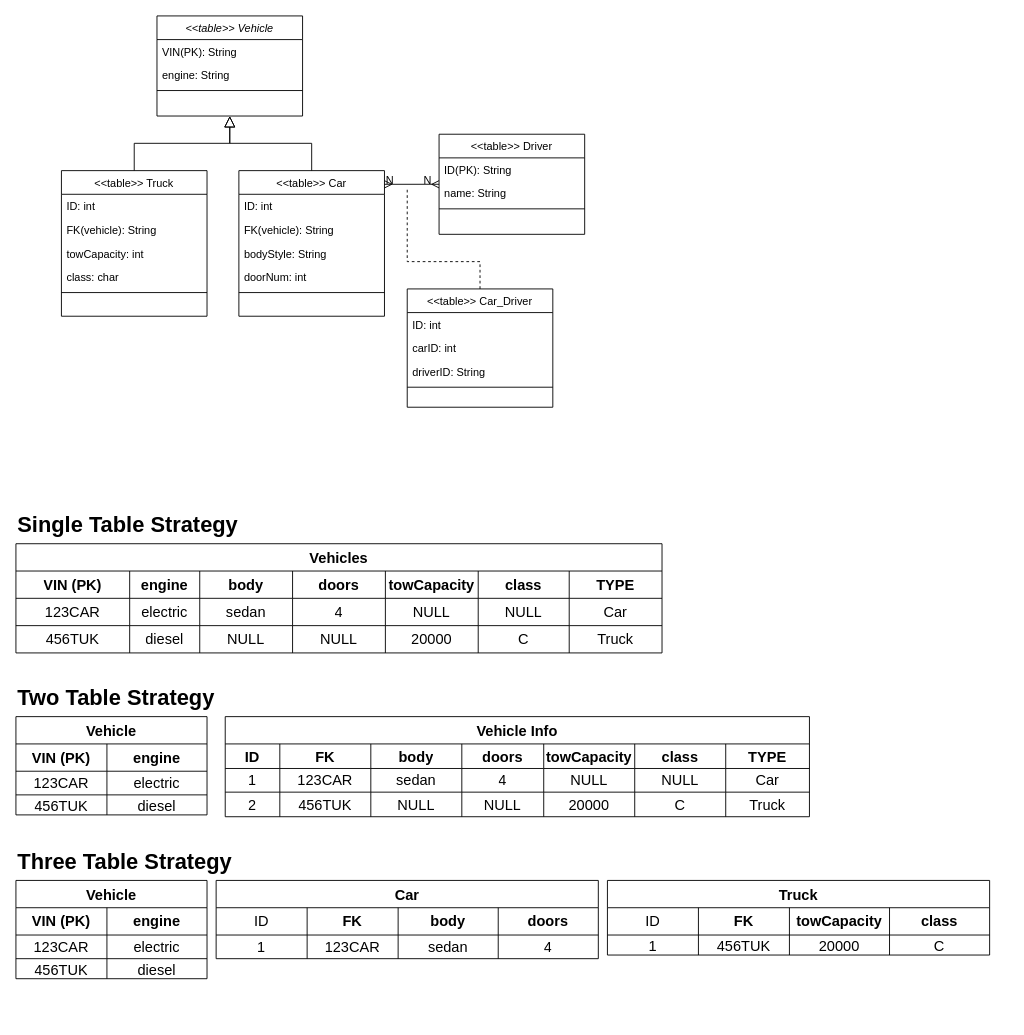
Before: Portfolio1.drawio in micahsellis/UMLs, a draw.io diagram. Source tidied: cells renumbered, new cells numbered last; positions are measured from the earlier drawing's top-left corner, leaving out a move shared by most shapes. Both pictures are drawn from the tidied source at 91%, with x=0, y=0 at pixel (15, 15).
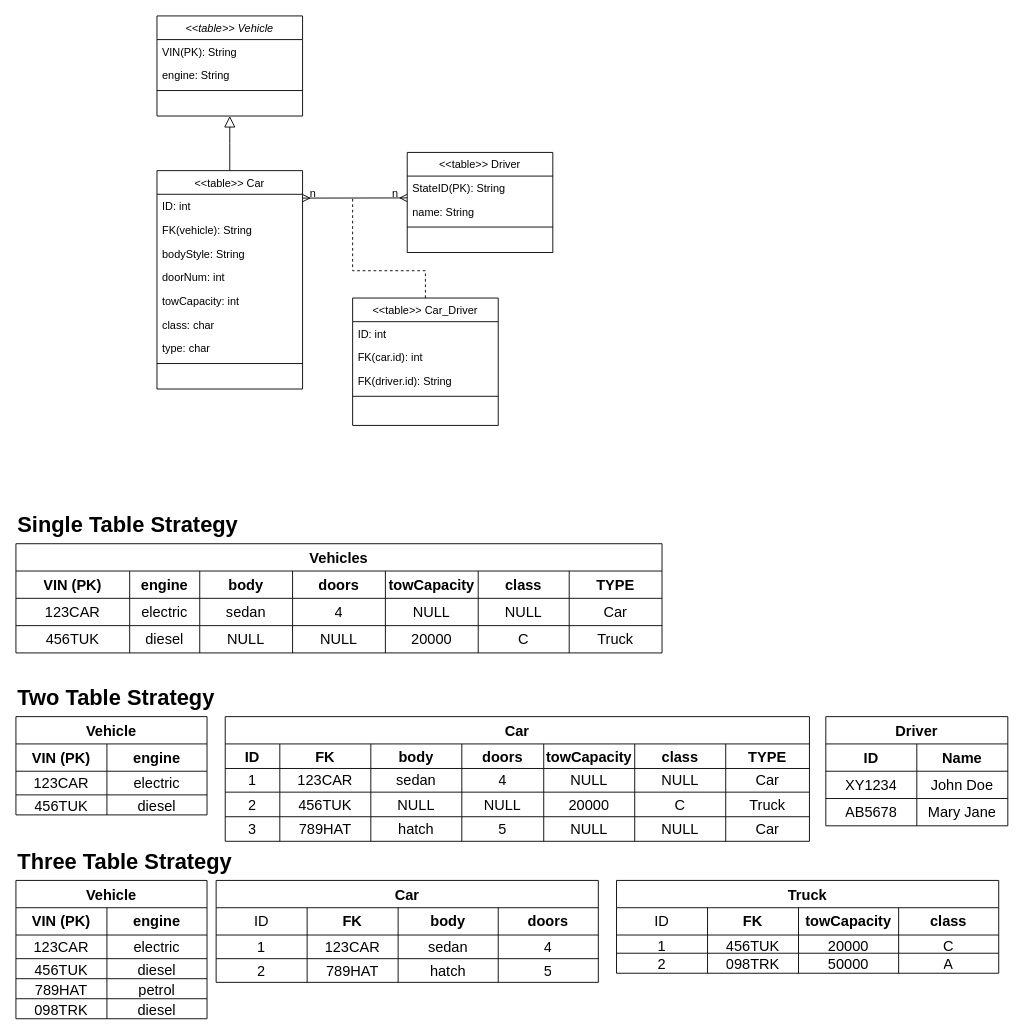
After the change.

Unchanged cells that the change refers to:
```xml
<mxCell id="2" value="&lt;&lt;table&gt;&gt; Vehicle" style="swimlane;fontStyle=2;align=center;verticalAlign=top;horizontal=1;startSize=26;rounded=0;shadow=0;strokeWidth=1;" parent="1" vertex="1">
  <mxGeometry x="155" width="160" height="110" as="geometry" />
</mxCell>
```

Change to the diagram source:
```diff
@@
     <mxCell id="6" value="&lt;&lt;table&gt;&gt; Car" style="swimlane;fontStyle=0;align=center;verticalAlign=top;horizontal=1;startSize=26;rounded=0;shadow=0;strokeWidth=1;" parent="1" vertex="1">
-      <mxGeometry x="245" y="170" width="160" height="160" as="geometry" />
+      <mxGeometry x="155" y="170" width="160" height="240" as="geometry" />
     </mxCell>
@@
+    <mxCell id="16" value="towCapacity: int" style="text;align=left;verticalAlign=top;spacingLeft=4;spacingRight=4;overflow=hidden;" parent="6" vertex="1">
+      <mxGeometry y="130" width="160" height="26" as="geometry" />
+    </mxCell>
+    <mxCell id="17" value="class: char" style="text;align=left;verticalAlign=top;spacingLeft=4;spacingRight=4;overflow=hidden;" parent="6" vertex="1">
+      <mxGeometry y="156" width="160" height="26" as="geometry" />
+    </mxCell>
+    <mxCell id="128" value="type: char" style="text;align=left;verticalAlign=top;spacingLeft=4;spacingRight=4;overflow=hidden;" parent="6" vertex="1">
+      <mxGeometry y="182" width="160" height="26" as="geometry" />
+    </mxCell>
     <mxCell id="11" style="line;html=1;strokeWidth=1;align=left;verticalAlign=middle;spacingTop=-1;spacingLeft=3;spacingRight=3;labelPosition=right;" parent="6" vertex="1">
-      <mxGeometry y="130" width="160" height="8" as="geometry" />
+      <mxGeometry y="208" width="160" height="8" as="geometry" />
     </mxCell>
@@
-    <mxCell id="13" value="&lt;&lt;table&gt;&gt; Truck" style="swimlane;fontStyle=0;align=center;verticalAlign=top;horizontal=1;startSize=26;rounded=0;shadow=0;strokeWidth=1;" parent="1" vertex="1">
-      <mxGeometry x="50" y="170" width="160" height="160" as="geometry" />
-    </mxCell>
-    <mxCell id="14" value="ID: int" style="text;align=left;verticalAlign=top;spacingLeft=4;spacingRight=4;overflow=hidden;" parent="13" vertex="1">
-      <mxGeometry y="26" width="160" height="26" as="geometry" />
-    </mxCell>
-    <mxCell id="15" value="FK(vehicle): String" style="text;align=left;verticalAlign=top;spacingLeft=4;spacingRight=4;overflow=hidden;" parent="13" vertex="1">
-      <mxGeometry y="52" width="160" height="26" as="geometry" />
-    </mxCell>
-    <mxCell id="16" value="towCapacity: int" style="text;align=left;verticalAlign=top;spacingLeft=4;spacingRight=4;overflow=hidden;" parent="13" vertex="1">
-      <mxGeometry y="78" width="160" height="26" as="geometry" />
-    </mxCell>
-    <mxCell id="17" value="class: char" style="text;align=left;verticalAlign=top;spacingLeft=4;spacingRight=4;overflow=hidden;" parent="13" vertex="1">
-      <mxGeometry y="104" width="160" height="26" as="geometry" />
-    </mxCell>
-    <mxCell id="18" style="line;html=1;strokeWidth=1;align=left;verticalAlign=middle;spacingTop=-1;spacingLeft=3;spacingRight=3;labelPosition=right;" parent="13" vertex="1">
-      <mxGeometry y="130" width="160" height="8" as="geometry" />
-    </mxCell>
-    <mxCell id="19" style="endArrow=block;endSize=10;endFill=0;shadow=0;strokeWidth=1;rounded=0;edgeStyle=elbowEdgeStyle;elbow=vertical;" parent="1" edge="1" source="13" target="2">
-      <mxGeometry relative="1" as="geometry" />
-    </mxCell>
@@
-    <mxCell id="57" value="Vehicle Info" style="shape=table;startSize=30;childLayout=tableLayout;strokeColor=default;fontSize=16;fontStyle=1;" parent="1" vertex="1">
-      <mxGeometry x="230" y="770" width="642" height="110" as="geometry" />
+    <mxCell id="57" value="Car" style="shape=table;startSize=30;childLayout=tableLayout;strokeColor=default;fontSize=16;fontStyle=1;" parent="1" vertex="1">
+      <mxGeometry x="230" y="770" width="642" height="137" as="geometry" />
     </mxCell>
@@
+    <mxCell id="129" style="shape=tableRow;horizontal=0;startSize=0;swimlaneHead=0;swimlaneBody=0;strokeColor=inherit;top=0;left=0;bottom=0;right=0;fillColor=none;fontSize=16;" parent="57" vertex="1">
+      <mxGeometry y="110" width="642" height="27" as="geometry" />
+    </mxCell>
+    <mxCell id="130" value="3" style="shape=partialRectangle;html=1;whiteSpace=wrap;strokeColor=inherit;overflow=hidden;fillColor=none;top=0;left=0;bottom=0;right=0;fontSize=16;" parent="129" vertex="1">
+      <mxGeometry width="60" height="27" as="geometry" />
+    </mxCell>
+    <mxCell id="131" value="789HAT" style="shape=partialRectangle;html=1;whiteSpace=wrap;strokeColor=inherit;overflow=hidden;fillColor=none;top=0;left=0;bottom=0;right=0;fontSize=16;" parent="129" vertex="1">
+      <mxGeometry x="60" width="100" height="27" as="geometry" />
+    </mxCell>
+    <mxCell id="132" value="hatch" style="shape=partialRectangle;html=1;whiteSpace=wrap;strokeColor=inherit;overflow=hidden;fillColor=none;top=0;left=0;bottom=0;right=0;fontSize=16;" parent="129" vertex="1">
+      <mxGeometry x="160" width="100" height="27" as="geometry" />
+    </mxCell>
+    <mxCell id="133" value="5" style="shape=partialRectangle;html=1;whiteSpace=wrap;strokeColor=inherit;overflow=hidden;fillColor=none;top=0;left=0;bottom=0;right=0;fontSize=16;" parent="129" vertex="1">
+      <mxGeometry x="260" width="90" height="27" as="geometry" />
+    </mxCell>
+    <mxCell id="134" value="NULL" style="shape=partialRectangle;html=1;whiteSpace=wrap;strokeColor=inherit;overflow=hidden;fillColor=none;top=0;left=0;bottom=0;right=0;fontSize=16;" parent="129" vertex="1">
+      <mxGeometry x="350" width="100" height="27" as="geometry" />
+    </mxCell>
+    <mxCell id="135" value="NULL" style="shape=partialRectangle;html=1;whiteSpace=wrap;strokeColor=inherit;overflow=hidden;fillColor=none;top=0;left=0;bottom=0;right=0;fontSize=16;" parent="129" vertex="1">
+      <mxGeometry x="450" width="100" height="27" as="geometry" />
+    </mxCell>
+    <mxCell id="136" value="Car" style="shape=partialRectangle;html=1;whiteSpace=wrap;strokeColor=inherit;overflow=hidden;fillColor=none;top=0;left=0;bottom=0;right=0;fontSize=16;" parent="129" vertex="1">
+      <mxGeometry x="550" width="92" height="27" as="geometry" />
+    </mxCell>
@@
     <mxCell id="83" value="Vehicle" style="shape=table;startSize=30;childLayout=tableLayout;strokeColor=default;fontSize=16;fontStyle=1;" parent="1" vertex="1">
-      <mxGeometry y="950" width="210" height="108" as="geometry" />
+      <mxGeometry y="950" width="210" height="152" as="geometry" />
     </mxCell>
@@
+    <mxCell id="137" style="shape=tableRow;horizontal=0;startSize=0;swimlaneHead=0;swimlaneBody=0;strokeColor=inherit;top=0;left=0;bottom=0;right=0;fillColor=none;fontSize=16;" parent="83" vertex="1">
+      <mxGeometry y="108" width="210" height="22" as="geometry" />
+    </mxCell>
+    <mxCell id="138" value="789HAT" style="shape=partialRectangle;html=1;whiteSpace=wrap;strokeColor=inherit;overflow=hidden;fillColor=none;top=0;left=0;bottom=0;right=0;fontSize=16;" parent="137" vertex="1">
+      <mxGeometry width="100" height="22" as="geometry" />
+    </mxCell>
+    <mxCell id="139" value="petrol" style="shape=partialRectangle;html=1;whiteSpace=wrap;strokeColor=inherit;overflow=hidden;fillColor=none;top=0;left=0;bottom=0;right=0;fontSize=16;" parent="137" vertex="1">
+      <mxGeometry x="100" width="110" height="22" as="geometry" />
+    </mxCell>
+    <mxCell id="140" style="shape=tableRow;horizontal=0;startSize=0;swimlaneHead=0;swimlaneBody=0;strokeColor=inherit;top=0;left=0;bottom=0;right=0;fillColor=none;fontSize=16;" parent="83" vertex="1">
+      <mxGeometry y="130" width="210" height="22" as="geometry" />
+    </mxCell>
+    <mxCell id="141" value="098TRK" style="shape=partialRectangle;html=1;whiteSpace=wrap;strokeColor=inherit;overflow=hidden;fillColor=none;top=0;left=0;bottom=0;right=0;fontSize=16;" parent="140" vertex="1">
+      <mxGeometry width="100" height="22" as="geometry" />
+    </mxCell>
+    <mxCell id="142" value="diesel" style="shape=partialRectangle;html=1;whiteSpace=wrap;strokeColor=inherit;overflow=hidden;fillColor=none;top=0;left=0;bottom=0;right=0;fontSize=16;" parent="140" vertex="1">
+      <mxGeometry x="100" width="110" height="22" as="geometry" />
+    </mxCell>
     <mxCell id="93" value="Car" style="shape=table;startSize=30;childLayout=tableLayout;strokeColor=default;fontSize=16;fontStyle=1;" parent="1" vertex="1">
-      <mxGeometry x="220" y="950" width="420" height="86" as="geometry" />
+      <mxGeometry x="220" y="950" width="420" height="112" as="geometry" />
     </mxCell>
@@
+    <mxCell id="143" style="shape=tableRow;horizontal=0;startSize=0;swimlaneHead=0;swimlaneBody=0;strokeColor=inherit;top=0;left=0;bottom=0;right=0;fillColor=none;fontSize=16;" parent="93" vertex="1">
+      <mxGeometry y="86" width="420" height="26" as="geometry" />
+    </mxCell>
+    <mxCell id="144" value="2" style="shape=partialRectangle;html=1;whiteSpace=wrap;strokeColor=inherit;overflow=hidden;fillColor=none;top=0;left=0;bottom=0;right=0;fontSize=16;" parent="143" vertex="1">
+      <mxGeometry width="100" height="26" as="geometry" />
+    </mxCell>
+    <mxCell id="145" value="789HAT" style="shape=partialRectangle;html=1;whiteSpace=wrap;strokeColor=inherit;overflow=hidden;fillColor=none;top=0;left=0;bottom=0;right=0;fontSize=16;" parent="143" vertex="1">
+      <mxGeometry x="100" width="100" height="26" as="geometry" />
+    </mxCell>
+    <mxCell id="146" value="hatch" style="shape=partialRectangle;html=1;whiteSpace=wrap;strokeColor=inherit;overflow=hidden;fillColor=none;top=0;left=0;bottom=0;right=0;fontSize=16;" parent="143" vertex="1">
+      <mxGeometry x="200" width="110" height="26" as="geometry" />
+    </mxCell>
+    <mxCell id="147" value="5" style="shape=partialRectangle;html=1;whiteSpace=wrap;strokeColor=inherit;overflow=hidden;fillColor=none;top=0;left=0;bottom=0;right=0;fontSize=16;" parent="143" vertex="1">
+      <mxGeometry x="310" width="110" height="26" as="geometry" />
+    </mxCell>
     <mxCell id="104" value="Truck" style="shape=table;startSize=30;childLayout=tableLayout;strokeColor=default;fontSize=16;fontStyle=1;" parent="1" vertex="1">
-      <mxGeometry x="650" y="950" width="420" height="82" as="geometry" />
+      <mxGeometry x="660" y="950" width="420" height="102" as="geometry" />
     </mxCell>
@@
     <mxCell id="110" style="shape=tableRow;horizontal=0;startSize=0;swimlaneHead=0;swimlaneBody=0;strokeColor=inherit;top=0;left=0;bottom=0;right=0;fillColor=none;fontSize=16;" parent="104" vertex="1">
-      <mxGeometry y="60" width="420" height="22" as="geometry" />
+      <mxGeometry y="60" width="420" height="20" as="geometry" />
     </mxCell>
     <mxCell id="111" value="1" style="shape=partialRectangle;html=1;whiteSpace=wrap;strokeColor=inherit;overflow=hidden;fillColor=none;top=0;left=0;bottom=0;right=0;fontSize=16;" parent="110" vertex="1">
-      <mxGeometry width="100" height="22" as="geometry" />
+      <mxGeometry width="100" height="20" as="geometry" />
     </mxCell>
     <mxCell id="112" value="456TUK" style="shape=partialRectangle;html=1;whiteSpace=wrap;strokeColor=inherit;overflow=hidden;fillColor=none;top=0;left=0;bottom=0;right=0;fontSize=16;" parent="110" vertex="1">
-      <mxGeometry x="100" width="100" height="22" as="geometry" />
+      <mxGeometry x="100" width="100" height="20" as="geometry" />
     </mxCell>
     <mxCell id="113" value="20000" style="shape=partialRectangle;html=1;whiteSpace=wrap;strokeColor=inherit;overflow=hidden;fillColor=none;top=0;left=0;bottom=0;right=0;fontSize=16;" parent="110" vertex="1">
-      <mxGeometry x="200" width="110" height="22" as="geometry" />
+      <mxGeometry x="200" width="110" height="20" as="geometry" />
     </mxCell>
     <mxCell id="114" value="C" style="shape=partialRectangle;html=1;whiteSpace=wrap;strokeColor=inherit;overflow=hidden;fillColor=none;top=0;left=0;bottom=0;right=0;fontSize=16;" parent="110" vertex="1">
-      <mxGeometry x="310" width="110" height="22" as="geometry" />
+      <mxGeometry x="310" width="110" height="20" as="geometry" />
     </mxCell>
+    <mxCell id="148" style="shape=tableRow;horizontal=0;startSize=0;swimlaneHead=0;swimlaneBody=0;strokeColor=inherit;top=0;left=0;bottom=0;right=0;fillColor=none;fontSize=16;" parent="104" vertex="1">
+      <mxGeometry y="80" width="420" height="22" as="geometry" />
+    </mxCell>
+    <mxCell id="149" value="2" style="shape=partialRectangle;html=1;whiteSpace=wrap;strokeColor=inherit;overflow=hidden;fillColor=none;top=0;left=0;bottom=0;right=0;fontSize=16;" parent="148" vertex="1">
+      <mxGeometry width="100" height="22" as="geometry" />
+    </mxCell>
+    <mxCell id="150" value="098TRK" style="shape=partialRectangle;html=1;whiteSpace=wrap;strokeColor=inherit;overflow=hidden;fillColor=none;top=0;left=0;bottom=0;right=0;fontSize=16;" parent="148" vertex="1">
+      <mxGeometry x="100" width="100" height="22" as="geometry" />
+    </mxCell>
+    <mxCell id="151" value="50000" style="shape=partialRectangle;html=1;whiteSpace=wrap;strokeColor=inherit;overflow=hidden;fillColor=none;top=0;left=0;bottom=0;right=0;fontSize=16;" parent="148" vertex="1">
+      <mxGeometry x="200" width="110" height="22" as="geometry" />
+    </mxCell>
+    <mxCell id="152" value="A" style="shape=partialRectangle;html=1;whiteSpace=wrap;strokeColor=inherit;overflow=hidden;fillColor=none;top=0;left=0;bottom=0;right=0;fontSize=16;" parent="148" vertex="1">
+      <mxGeometry x="310" width="110" height="22" as="geometry" />
+    </mxCell>
     <mxCell id="115" value="&lt;&lt;table&gt;&gt; Driver" style="swimlane;fontStyle=0;align=center;verticalAlign=top;horizontal=1;startSize=26;rounded=0;shadow=0;strokeWidth=1;" parent="1" vertex="1">
-      <mxGeometry x="465" y="130" width="160" height="110" as="geometry" />
+      <mxGeometry x="430" y="150" width="160" height="110" as="geometry" />
     </mxCell>
-    <mxCell id="116" value="ID(PK): String" style="text;align=left;verticalAlign=top;spacingLeft=4;spacingRight=4;overflow=hidden;" parent="115" vertex="1">
+    <mxCell id="116" value="StateID(PK): String" style="text;align=left;verticalAlign=top;spacingLeft=4;spacingRight=4;overflow=hidden;" parent="115" vertex="1">
       <mxGeometry y="26" width="160" height="26" as="geometry" />
     </mxCell>
@@
-    <mxCell id="119" style="endArrow=ERmany;shadow=0;strokeWidth=1;rounded=0;endFill=0;edgeStyle=elbowEdgeStyle;elbow=vertical;startArrow=ERmany;startFill=0;exitX=1;exitY=0.094;exitDx=0;exitDy=0;exitPerimeter=0;" parent="1" edge="1" source="6" target="115">
+    <mxCell id="119" style="endArrow=ERmany;shadow=0;strokeWidth=1;rounded=0;endFill=0;edgeStyle=elbowEdgeStyle;elbow=vertical;startArrow=ERmany;startFill=0;exitX=1;exitY=0.094;exitDx=0;exitDy=0;exitPerimeter=0;" parent="1" edge="1">
       <mxGeometry x="0.5" y="41" relative="1" as="geometry">
+        <mxPoint x="315" y="200.2" as="sourcePoint" />
+        <mxPoint x="430" y="200.7" as="targetPoint" />
         <mxPoint x="-40" y="32" as="offset" />
       </mxGeometry>
     </mxCell>
-    <mxCell id="120" value="N" style="align=left;verticalAlign=bottom;labelBackgroundColor=none;fontSize=12;" parent="119" vertex="1">
+    <mxCell id="120" value="n" style="align=left;verticalAlign=bottom;labelBackgroundColor=none;fontSize=12;" parent="119" vertex="1">
       <mxGeometry x="-1" relative="1" as="geometry">
-        <mxPoint y="4" as="offset" />
+        <mxPoint x="97" y="4" as="offset" />
       </mxGeometry>
     </mxCell>
-    <mxCell id="121" value="N" style="align=right;verticalAlign=bottom;labelBackgroundColor=none;fontSize=12;" parent="119" vertex="1">
+    <mxCell id="121" value="n" style="align=right;verticalAlign=bottom;labelBackgroundColor=none;fontSize=12;" parent="119" vertex="1">
       <mxGeometry x="1" relative="1" as="geometry">
-        <mxPoint x="-7" y="4" as="offset" />
+        <mxPoint x="-99" y="3" as="offset" />
       </mxGeometry>
     </mxCell>
     <mxCell id="122" value="&lt;&lt;table&gt;&gt; Car_Driver" style="swimlane;fontStyle=0;align=center;verticalAlign=top;horizontal=1;startSize=26;rounded=0;shadow=0;strokeWidth=1;" parent="1" vertex="1">
-      <mxGeometry x="430" y="300" width="160" height="130" as="geometry" />
+      <mxGeometry x="370" y="310" width="160" height="140" as="geometry" />
     </mxCell>
@@
-    <mxCell id="124" value="carID: int" style="text;align=left;verticalAlign=top;spacingLeft=4;spacingRight=4;overflow=hidden;" parent="122" vertex="1">
+    <mxCell id="124" value="FK(car.id): int" style="text;align=left;verticalAlign=top;spacingLeft=4;spacingRight=4;overflow=hidden;" parent="122" vertex="1">
       <mxGeometry y="52" width="160" height="26" as="geometry" />
     </mxCell>
-    <mxCell id="125" value="driverID: String" style="text;align=left;verticalAlign=top;spacingLeft=4;spacingRight=4;overflow=hidden;" parent="122" vertex="1">
+    <mxCell id="125" value="FK(driver.id): String" style="text;align=left;verticalAlign=top;spacingLeft=4;spacingRight=4;overflow=hidden;" parent="122" vertex="1">
       <mxGeometry y="78" width="160" height="26" as="geometry" />
     </mxCell>
@@
-    <mxCell id="127" style="endArrow=none;dashed=1;html=1;rounded=0;exitX=0.5;exitY=0;exitDx=0;exitDy=0;" parent="1" edge="1" source="122">
+    <mxCell id="127" style="endArrow=none;dashed=1;html=1;rounded=0;exitX=0.5;exitY=0;exitDx=0;exitDy=0;" parent="1" edge="1">
       <mxGeometry relative="1" as="geometry">
-        <mxPoint x="430" y="190" as="targetPoint" />
+        <mxPoint x="450" y="310" as="sourcePoint" />
+        <mxPoint x="370" y="200" as="targetPoint" />
         <Array as="points">
-          <mxPoint x="510" y="270" />
-          <mxPoint x="430" y="270" />
+          <mxPoint x="450" y="280" />
+          <mxPoint x="370" y="280" />
         </Array>
       </mxGeometry>
     </mxCell>
+    <mxCell id="153" value="Driver" style="shape=table;startSize=30;childLayout=tableLayout;strokeColor=default;fontSize=16;fontStyle=1;" parent="1" vertex="1">
+      <mxGeometry x="890" y="770" width="200" height="120" as="geometry" />
+    </mxCell>
+    <mxCell id="154" style="shape=tableRow;horizontal=0;startSize=0;swimlaneHead=0;swimlaneBody=0;strokeColor=inherit;top=0;left=0;bottom=0;right=0;fillColor=none;fontSize=16;" parent="153" vertex="1">
+      <mxGeometry y="30" width="200" height="30" as="geometry" />
+    </mxCell>
+    <mxCell id="155" value="ID" style="shape=partialRectangle;html=1;whiteSpace=wrap;strokeColor=inherit;overflow=hidden;fillColor=none;top=0;left=0;bottom=0;right=0;fontSize=16;fontStyle=1;" parent="154" vertex="1">
+      <mxGeometry width="100" height="30" as="geometry" />
+    </mxCell>
+    <mxCell id="156" value="Name" style="shape=partialRectangle;html=1;whiteSpace=wrap;strokeColor=inherit;overflow=hidden;fillColor=none;top=0;left=0;bottom=0;right=0;fontSize=16;fontStyle=1;" parent="154" vertex="1">
+      <mxGeometry x="100" width="100" height="30" as="geometry" />
+    </mxCell>
+    <mxCell id="157" style="shape=tableRow;horizontal=0;startSize=0;swimlaneHead=0;swimlaneBody=0;strokeColor=inherit;top=0;left=0;bottom=0;right=0;fillColor=none;fontSize=16;" parent="153" vertex="1">
+      <mxGeometry y="60" width="200" height="30" as="geometry" />
+    </mxCell>
+    <mxCell id="158" value="XY1234" style="shape=partialRectangle;html=1;whiteSpace=wrap;strokeColor=inherit;overflow=hidden;fillColor=none;top=0;left=0;bottom=0;right=0;fontSize=16;" parent="157" vertex="1">
+      <mxGeometry width="100" height="30" as="geometry" />
+    </mxCell>
+    <mxCell id="159" value="John Doe" style="shape=partialRectangle;html=1;whiteSpace=wrap;strokeColor=inherit;overflow=hidden;fillColor=none;top=0;left=0;bottom=0;right=0;fontSize=16;" parent="157" vertex="1">
+      <mxGeometry x="100" width="100" height="30" as="geometry" />
+    </mxCell>
+    <mxCell id="160" style="shape=tableRow;horizontal=0;startSize=0;swimlaneHead=0;swimlaneBody=0;strokeColor=inherit;top=0;left=0;bottom=0;right=0;fillColor=none;fontSize=16;" parent="153" vertex="1">
+      <mxGeometry y="90" width="200" height="30" as="geometry" />
+    </mxCell>
+    <mxCell id="161" value="AB5678" style="shape=partialRectangle;html=1;whiteSpace=wrap;strokeColor=inherit;overflow=hidden;fillColor=none;top=0;left=0;bottom=0;right=0;fontSize=16;" parent="160" vertex="1">
+      <mxGeometry width="100" height="30" as="geometry" />
+    </mxCell>
+    <mxCell id="162" value="Mary Jane" style="shape=partialRectangle;html=1;whiteSpace=wrap;strokeColor=inherit;overflow=hidden;fillColor=none;top=0;left=0;bottom=0;right=0;fontSize=16;" parent="160" vertex="1">
+      <mxGeometry x="100" width="100" height="30" as="geometry" />
+    </mxCell>
```
